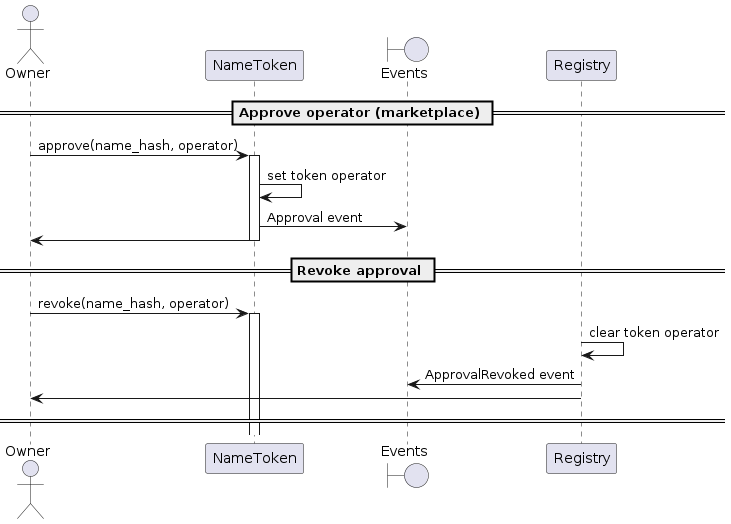
Earlier version of the PlantUML export docs/sequence-diagrams/puml/approve-revoke-operator.png (make-software/cspr-name-contracts).
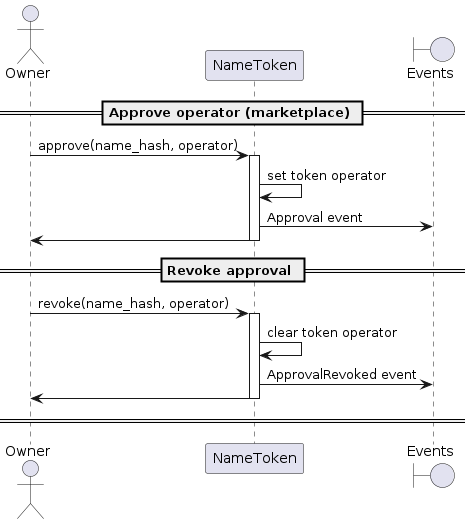
The same diagram one commit later.

Diff of the diagram source:
```diff
@@ -17,10 +17,10 @@
 
 Owner -> NameToken: revoke(name_hash, operator)
 activate NameToken
-Registry -> Registry: clear token operator
-Registry -> "Events": ApprovalRevoked event
-Registry -> Owner
-deactivate Registry
+NameToken -> NameToken: clear token operator
+NameToken -> "Events": ApprovalRevoked event
+NameToken -> Owner
+deactivate NameToken
 
 == ==
 
```
